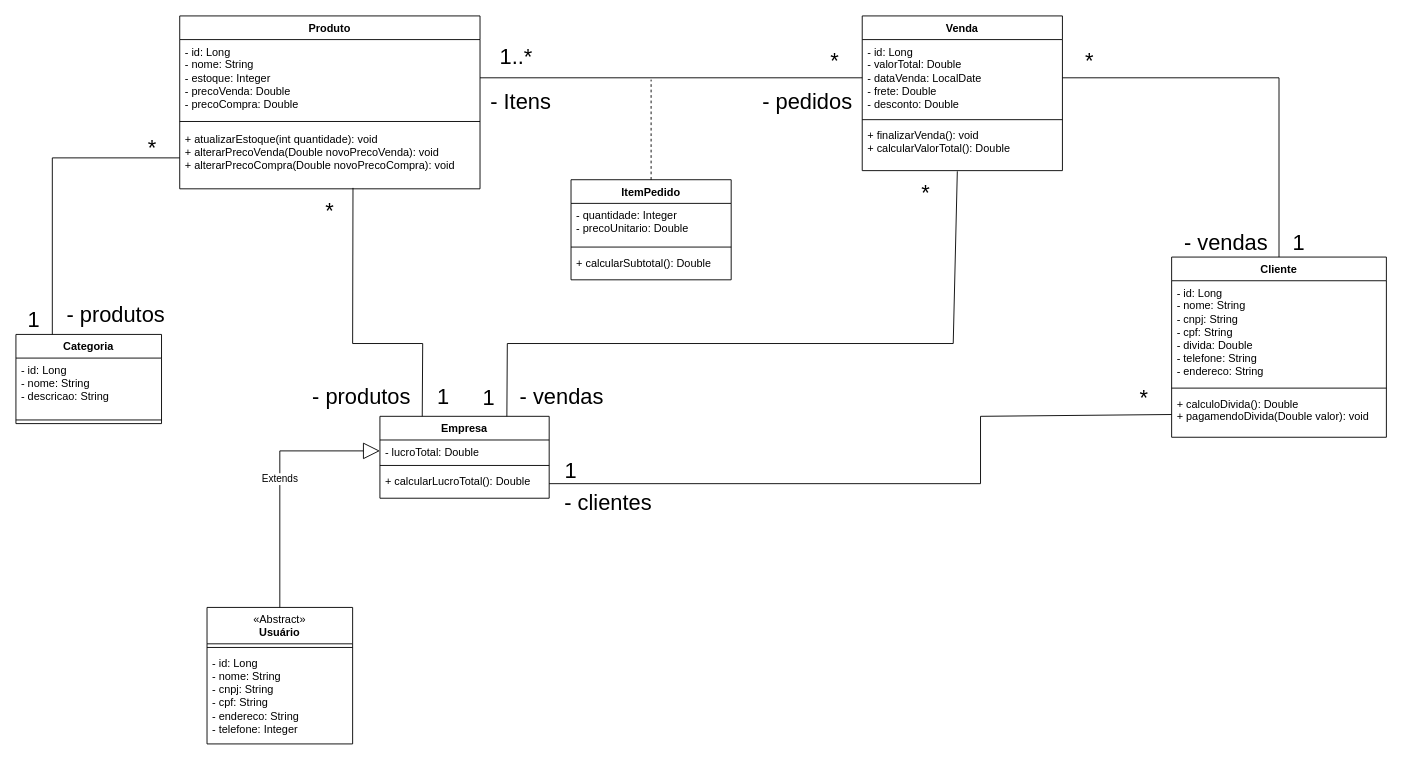
Above: Diagramas/Lojinha.drawio in SaulinhoDevs/Lojinha (draw.io), before the change. Source tidied: cells renumbered, new cells numbered last; positions are measured from the earlier drawing's top-left corner, leaving out a move shared by most shapes. Both pictures are drawn from the tidied source at 91%, with x=0, y=0 at pixel (15, 15).
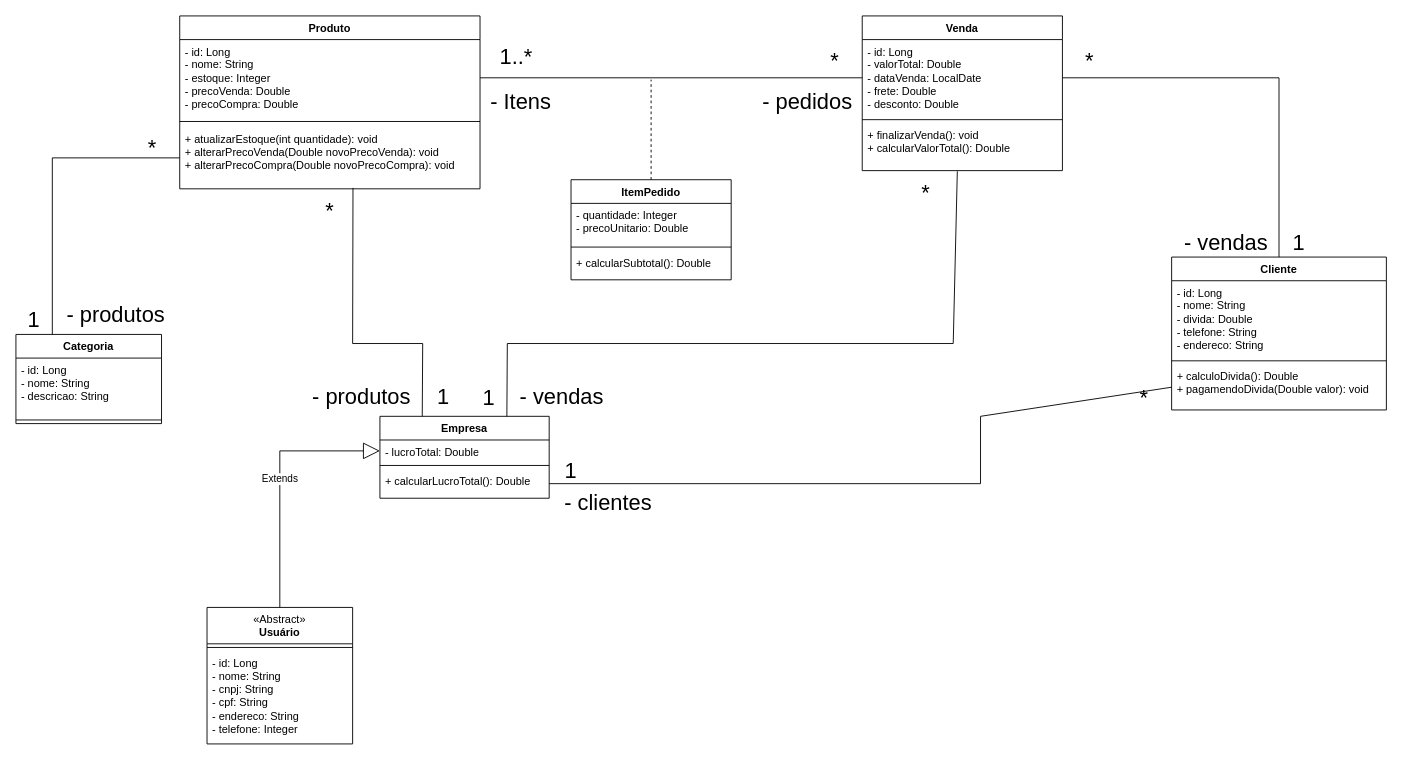
The same diagram, later.

The edit, as a diff of the source:
```diff
@@
     <mxCell id="14" value="Cliente" style="swimlane;fontStyle=1;align=center;verticalAlign=top;horizontal=1;startSize=26;whiteSpace=wrap;html=1;" parent="1" vertex="1">
-      <mxGeometry x="1270" y="265" width="236" height="198" as="geometry" />
+      <mxGeometry x="1270" y="265" width="236" height="168" as="geometry" />
     </mxCell>
-    <mxCell id="15" value="&lt;div&gt;- id: Long&lt;div&gt;- nome: String&lt;/div&gt;&lt;div&gt;&lt;div&gt;- cnpj: String&lt;/div&gt;&lt;div&gt;- cpf: String&lt;/div&gt;&lt;/div&gt;&lt;/div&gt;- divida: Double&lt;div&gt;- telefone: String&lt;/div&gt;&lt;div&gt;- endereco: String&lt;/div&gt;" style="text;strokeColor=none;fillColor=none;align=left;verticalAlign=top;spacingLeft=4;spacingRight=4;overflow=hidden;whiteSpace=wrap;html=1;" parent="14" vertex="1">
-      <mxGeometry y="26" width="236" height="114" as="geometry" />
+    <mxCell id="15" value="&lt;div&gt;- id: Long&lt;div&gt;- nome: String&lt;/div&gt;&lt;/div&gt;- divida: Double&lt;div&gt;- telefone: String&lt;/div&gt;&lt;div&gt;- endereco: String&lt;/div&gt;" style="text;strokeColor=none;fillColor=none;align=left;verticalAlign=top;spacingLeft=4;spacingRight=4;overflow=hidden;whiteSpace=wrap;html=1;" parent="14" vertex="1">
+      <mxGeometry y="26" width="236" height="84" as="geometry" />
     </mxCell>
     <mxCell id="16" style="line;strokeWidth=1;fillColor=none;align=left;verticalAlign=middle;spacingTop=-1;spacingLeft=3;spacingRight=3;labelPosition=right;strokeColor=inherit;" parent="14" vertex="1">
-      <mxGeometry y="140" width="236" height="8" as="geometry" />
+      <mxGeometry y="110" width="236" height="8" as="geometry" />
     </mxCell>
     <mxCell id="17" value="+ calculoDivida(): Double&lt;div&gt;+ pagamendoDivida(Double valor): void&lt;/div&gt;" style="text;strokeColor=none;fillColor=none;align=left;verticalAlign=top;spacingLeft=4;spacingRight=4;overflow=hidden;points=[[0,0.5],[1,0.5]];portConstraint=eastwest;whiteSpace=wrap;html=1;" parent="14" vertex="1">
-      <mxGeometry y="148" width="236" height="50" as="geometry" />
+      <mxGeometry y="118" width="236" height="50" as="geometry" />
     </mxCell>
```
